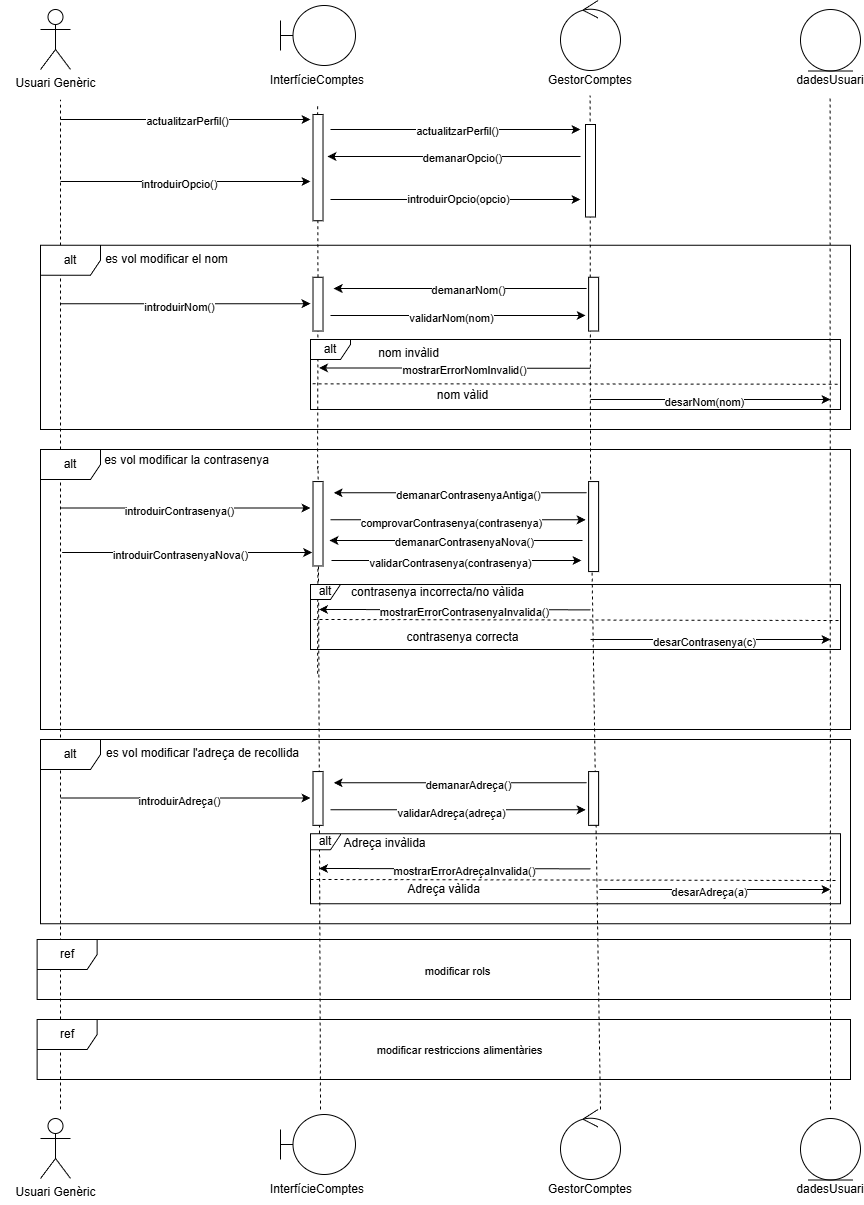
This is Diagrames/Diagrames seqüència/Diagrames Marcel Pinós Vogel/modificar_perfil.png from MarcelPainos/ES26UAB-431-12, a draw.io export, as it was before one commit. Source tidied: cells renumbered, new cells last; positions are measured from the earlier drawing's top-left corner, leaving out a move shared by most shapes.
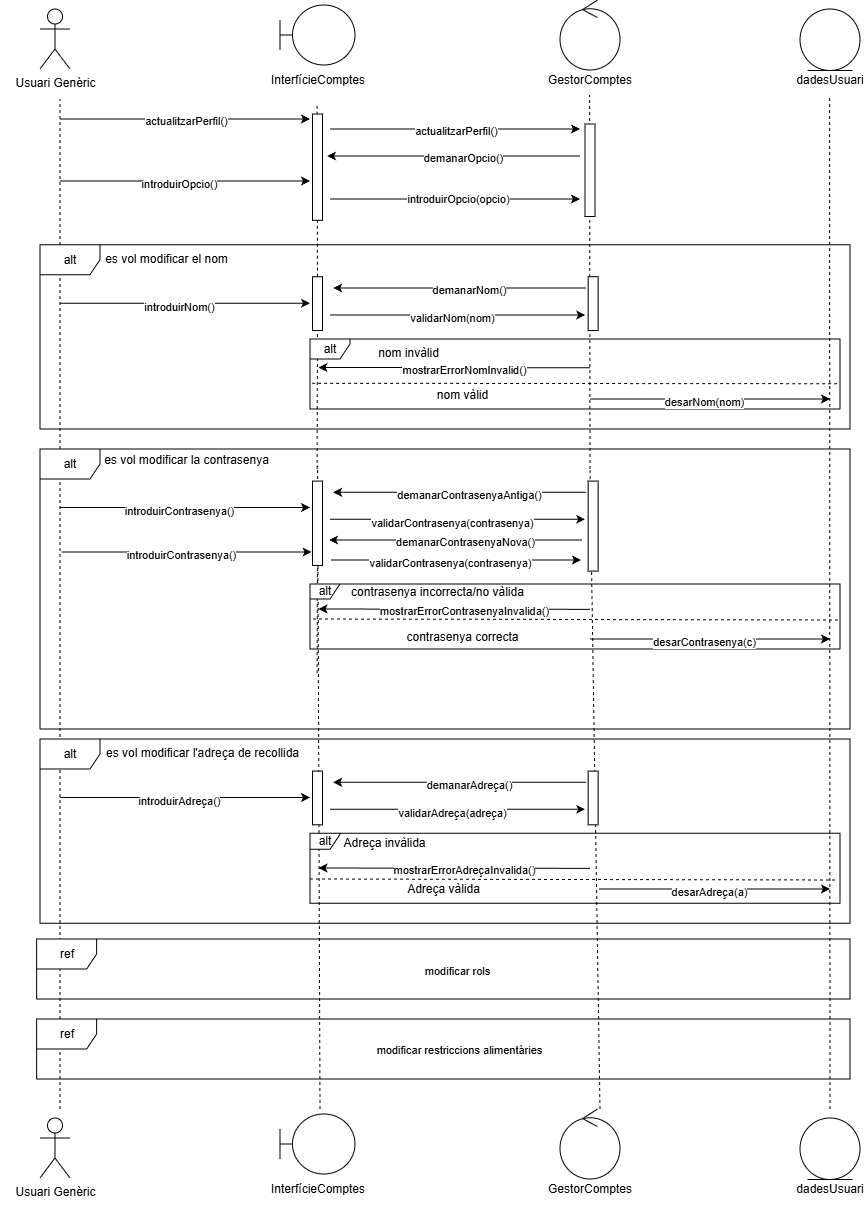
After the change.

Change to the diagram source:
```diff
@@ -221,7 +221,7 @@
         <mxPoint x="585.2" y="519.3" as="targetPoint" />
       </mxGeometry>
     </mxCell>
-    <mxCell id="55" value="comprovarContrasenya(contrasenya)" style="edgeLabel;html=1;align=center;verticalAlign=middle;" parent="54" vertex="1">
+    <mxCell id="55" value="validarContrasenya(contrasenya)" style="edgeLabel;html=1;align=center;verticalAlign=middle;" parent="54" vertex="1">
       <mxGeometry x="-0.05" y="-3" relative="1" as="geometry" />
     </mxCell>
     <mxCell id="56" value="alt" style="shape=umlFrame;whiteSpace=wrap;html=1;width=30;height=15;" parent="1" vertex="1">
@@ -266,7 +266,7 @@
         <mxPoint x="311.6" y="552" as="targetPoint" />
       </mxGeometry>
     </mxCell>
-    <mxCell id="66" value="introduirContrasenyaNova()" style="edgeLabel;html=1;align=center;verticalAlign=middle;" parent="65" vertex="1">
+    <mxCell id="66" value="introduirContrasenya()" style="edgeLabel;html=1;align=center;verticalAlign=middle;" parent="65" vertex="1">
       <mxGeometry x="-0.05" y="-3" relative="1" as="geometry" />
     </mxCell>
     <mxCell id="67" style="endArrow=classic;html=1;rounded=0;" parent="1" edge="1">
```
